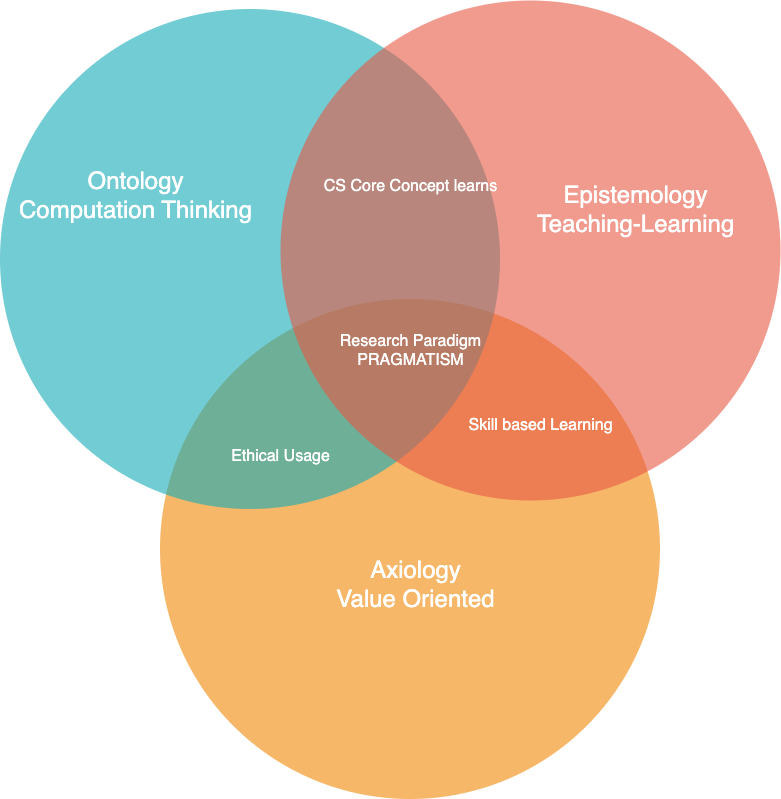
Above: assets/curriculum/CSRoot.png in ajayyadavmit/prod_profile (draw.io), before the change. Source tidied: cells renumbered, new cells last; positions are measured from the earlier drawing's top-left corner, leaving out a move shared by most shapes.
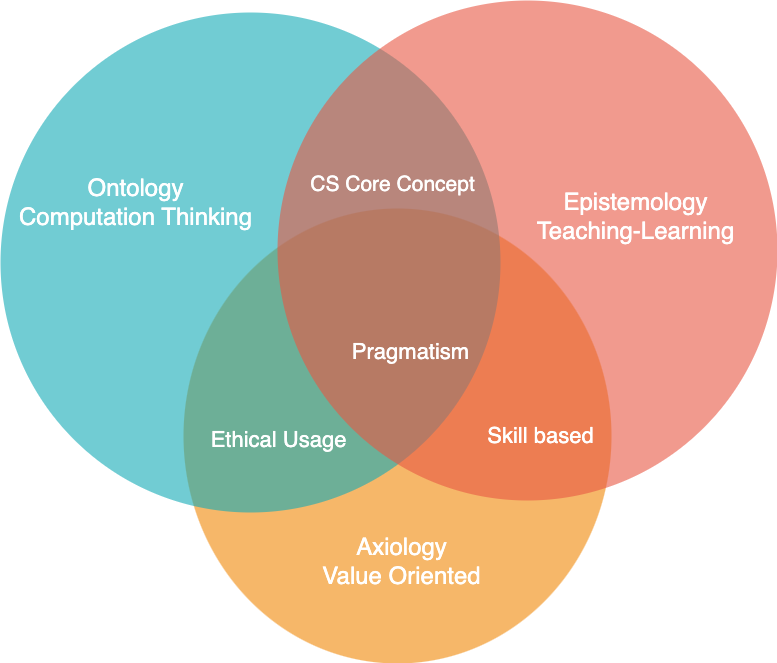
The same file after the commit.

What changed in the source:
```diff
@@ -3,13 +3,13 @@
     <mxCell id="0" />
     <mxCell id="1" parent="0" />
     <mxCell id="2" style="ellipse;fillColor=#F08705;opacity=60;strokeColor=none;html=1;fontColor=#FFFFFF;" parent="1" vertex="1">
-      <mxGeometry x="159.5" y="298.5" width="500" height="500" as="geometry" />
+      <mxGeometry x="183" y="201" width="428" height="455" as="geometry" />
     </mxCell>
     <mxCell id="3" style="ellipse;fillColor=#12AAB5;opacity=60;strokeColor=none;html=1;fontColor=#FFFFFF;" parent="1" vertex="1">
-      <mxGeometry x="-0.5" y="8.5" width="500" height="500" as="geometry" />
+      <mxGeometry y="5" width="500" height="500" as="geometry" />
     </mxCell>
     <mxCell id="4" style="ellipse;fillColor=#e85642;opacity=60;strokeColor=none;html=1;fontColor=#FFFFFF;" parent="1" vertex="1">
-      <mxGeometry x="280" width="500" height="500" as="geometry" />
+      <mxGeometry x="277" y="-7" width="500" height="500" as="geometry" />
     </mxCell>
     <mxCell id="5" value="Ontology&lt;br&gt;Computation Thinking" style="text;fontSize=24;align=center;verticalAlign=middle;html=1;fontColor=#FFFFFF;" parent="1" vertex="1">
       <mxGeometry x="40" y="160" width="190" height="70" as="geometry" />
@@ -18,18 +18,18 @@
       <mxGeometry x="540" y="173.5" width="190" height="70" as="geometry" />
     </mxCell>
     <mxCell id="7" value="Axiology&lt;br&gt;Value Oriented" style="text;fontSize=24;align=center;verticalAlign=middle;html=1;fontColor=#FFFFFF;" parent="1" vertex="1">
-      <mxGeometry x="319.5" y="548.5" width="190" height="70" as="geometry" />
+      <mxGeometry x="306" y="519" width="190" height="70" as="geometry" />
     </mxCell>
-    <mxCell id="8" value="CS Core Concept learns" style="text;align=center;html=1;fontColor=#FFFFFF;fontSize=16;" parent="1" vertex="1">
-      <mxGeometry x="389.5" y="170" width="40" height="40" as="geometry" />
+    <mxCell id="8" value="&lt;font style=&quot;font-size: 21px;&quot;&gt;CS Core Concept&lt;/font&gt;" style="text;align=center;html=1;fontColor=#FFFFFF;fontSize=16;" parent="1" vertex="1">
+      <mxGeometry x="372" y="158" width="40" height="40" as="geometry" />
     </mxCell>
-    <mxCell id="9" value="Ethical Usage" style="text;align=center;html=1;fontColor=#FFFFFF;fontSize=16;" parent="1" vertex="1">
-      <mxGeometry x="260" y="440" width="40" height="40" as="geometry" />
+    <mxCell id="9" value="&lt;font style=&quot;font-size: 22px;&quot;&gt;Ethical Usage&lt;/font&gt;" style="text;align=center;html=1;fontColor=#FFFFFF;fontSize=16;" parent="1" vertex="1">
+      <mxGeometry x="258" y="413" width="40" height="40" as="geometry" />
     </mxCell>
-    <mxCell id="10" value="Skill based Learning" style="text;align=center;html=1;fontColor=#FFFFFF;fontSize=16;" parent="1" vertex="1">
+    <mxCell id="10" value="&lt;font style=&quot;font-size: 22px;&quot;&gt;Skill based&lt;/font&gt;" style="text;align=center;html=1;fontColor=#FFFFFF;fontSize=16;" parent="1" vertex="1">
       <mxGeometry x="519.5" y="408.5" width="40" height="40" as="geometry" />
     </mxCell>
-    <mxCell id="11" value="Research Paradigm&lt;br&gt;PRAGMATISM" style="text;align=center;html=1;fontColor=#FFFFFF;fontSize=16;" parent="1" vertex="1">
+    <mxCell id="11" value="&lt;font style=&quot;font-size: 22px;&quot;&gt;Pragmatism&lt;/font&gt;" style="text;align=center;html=1;fontColor=#FFFFFF;fontSize=16;" parent="1" vertex="1">
       <mxGeometry x="369.2" y="325" width="80.5" height="78.5" as="geometry" />
     </mxCell>
   </root>
```
